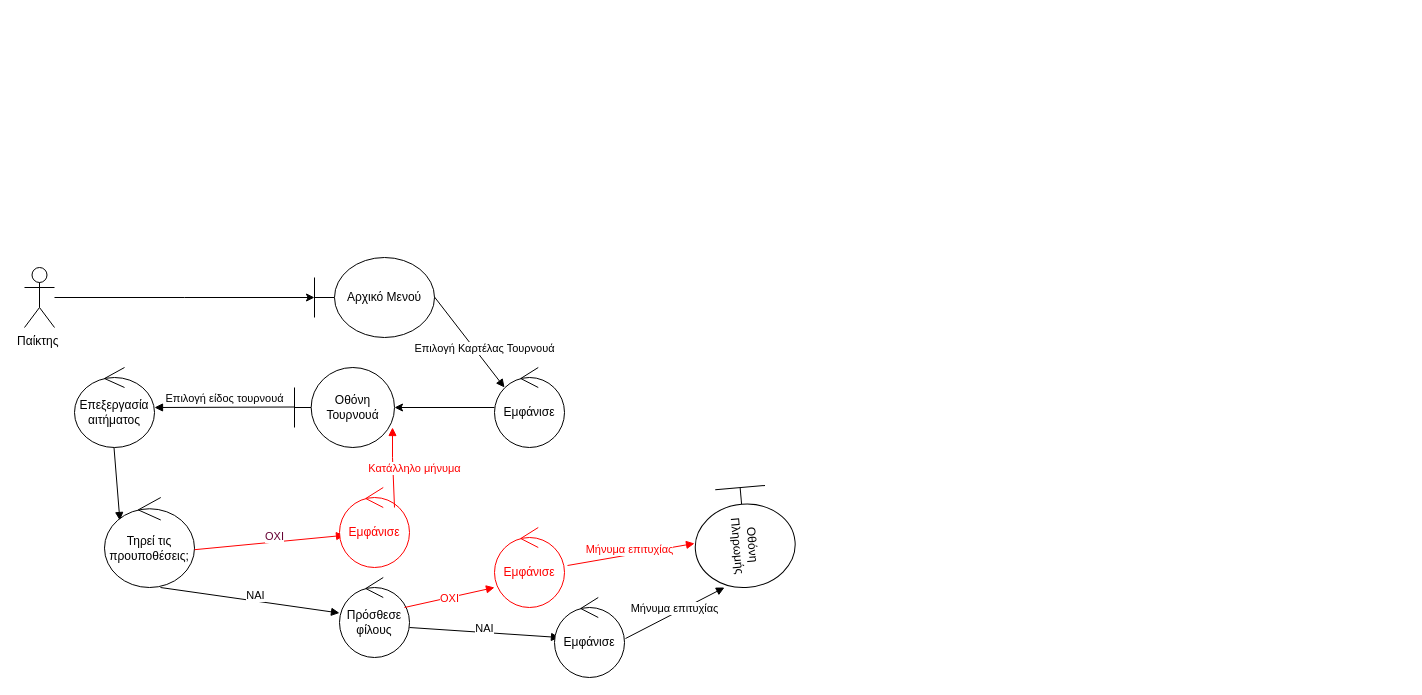
Above: spetz/paradoteo4/tournament.drawio in Pspetz/Organthlon (draw.io), before the change. Source tidied: cells renumbered, new cells numbered last; positions are measured from the earlier drawing's top-left corner, leaving out a move shared by most shapes. Both pictures are drawn from the tidied source at 100%, with x=0, y=0 at pixel (24, 257).
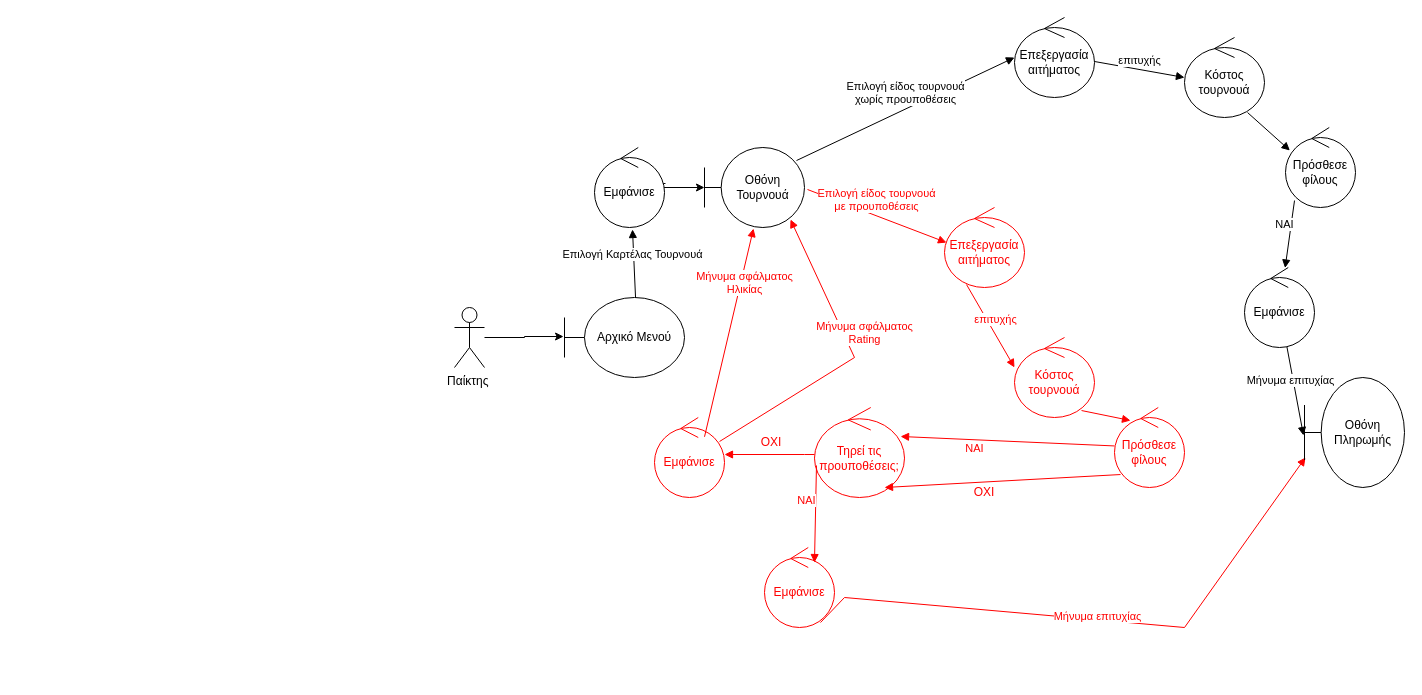
After the change.

The edit, as a diff of the source:
```diff
@@
-    <mxCell id="2" style="edgeStyle=orthogonalEdgeStyle;rounded=0;jettySize=auto;html=1;" parent="1" edge="1" source="3">
-      <mxGeometry relative="1" as="geometry">
-        <mxPoint x="290" y="40" as="targetPoint" />
-      </mxGeometry>
+    <mxCell id="2" style="edgeStyle=orthogonalEdgeStyle;rounded=0;jettySize=auto;html=1;entryX=-0.008;entryY=0.488;entryDx=0;entryDy=0;entryPerimeter=0;" parent="1" edge="1" source="3" target="4">
+      <mxGeometry relative="1" as="geometry" />
     </mxCell>
     <mxCell id="3" value="Παίκτης&amp;nbsp;&lt;br&gt;" style="shape=umlActor;verticalLabelPosition=bottom;verticalAlign=top;html=1;" parent="1" vertex="1">
-      <mxGeometry y="10" width="30" height="60" as="geometry" />
+      <mxGeometry x="430" y="50" width="30" height="60" as="geometry" />
     </mxCell>
     <mxCell id="4" value="Αρχικό Μενού" style="shape=umlBoundary;whiteSpace=wrap;html=1;" parent="1" vertex="1">
-      <mxGeometry x="290" width="120" height="80" as="geometry" />
+      <mxGeometry x="540" y="40" width="120" height="80" as="geometry" />
     </mxCell>
-    <mxCell id="5" value="Επιλογή Καρτέλας Τουρνουά&lt;br&gt;" style="html=1;verticalAlign=bottom;endArrow=block;rounded=0;" parent="1" edge="1">
-      <mxGeometry x="0.37" y="3" relative="1" as="geometry">
-        <mxPoint x="410" y="39.5" as="sourcePoint" />
-        <mxPoint x="480" y="130" as="targetPoint" />
-        <mxPoint y="1" as="offset" />
-      </mxGeometry>
+    <mxCell id="5" value="Επιλογή Καρτέλας Τουρνουά&lt;br&gt;" style="html=1;verticalAlign=bottom;endArrow=block;rounded=0;exitX=0.592;exitY=0;exitDx=0;exitDy=0;exitPerimeter=0;entryX=0.543;entryY=1.025;entryDx=0;entryDy=0;entryPerimeter=0;" parent="1" edge="1" source="4" target="7">
+      <mxGeometry x="-0.01" y="2" relative="1" as="geometry" />
     </mxCell>
-    <mxCell id="6" style="edgeStyle=orthogonalEdgeStyle;rounded=0;jettySize=auto;html=1;" parent="1" edge="1" source="7">
+    <mxCell id="6" style="edgeStyle=orthogonalEdgeStyle;rounded=0;jettySize=auto;html=1;exitX=1.014;exitY=0.45;exitDx=0;exitDy=0;exitPerimeter=0;" parent="1" edge="1" source="7">
       <mxGeometry relative="1" as="geometry">
-        <mxPoint x="370" y="150" as="targetPoint" />
+        <mxPoint x="680" y="-70" as="targetPoint" />
+        <Array as="points">
+          <mxPoint x="571" y="-70" />
+        </Array>
       </mxGeometry>
     </mxCell>
     <mxCell id="7" value="Εμφάνισε" style="ellipse;shape=umlControl;whiteSpace=wrap;html=1;" parent="1" vertex="1">
-      <mxGeometry x="470" y="110" width="70" height="80" as="geometry" />
+      <mxGeometry x="570" y="-110" width="70" height="80" as="geometry" />
     </mxCell>
     <mxCell id="8" value="Οθόνη Τουρνουά" style="shape=umlBoundary;whiteSpace=wrap;html=1;" parent="1" vertex="1">
-      <mxGeometry x="270" y="110" width="100" height="80" as="geometry" />
+      <mxGeometry x="680" y="-110" width="100" height="80" as="geometry" />
     </mxCell>
-    <mxCell id="9" value="Επιλογή είδος τουρνουά&lt;br&gt;" style="html=1;verticalAlign=bottom;endArrow=block;rounded=0;" parent="1" edge="1">
+    <mxCell id="9" value="Επιλογή είδος τουρνουά&lt;br&gt;χωρίς προυποθέσεις" style="html=1;verticalAlign=bottom;endArrow=block;rounded=0;exitX=0.92;exitY=0.163;exitDx=0;exitDy=0;exitPerimeter=0;" parent="1" edge="1" source="8">
       <mxGeometry relative="1" as="geometry">
-        <mxPoint x="270" y="149.5" as="sourcePoint" />
-        <mxPoint x="130" y="150" as="targetPoint" />
+        <mxPoint x="990" y="-200" as="targetPoint" />
       </mxGeometry>
     </mxCell>
     <mxCell id="10" value="Επεξεργασία αιτήματος&lt;br&gt;" style="ellipse;shape=umlControl;whiteSpace=wrap;html=1;" parent="1" vertex="1">
-      <mxGeometry x="50" y="110" width="80" height="80" as="geometry" />
+      <mxGeometry x="990" y="-240" width="80" height="80" as="geometry" />
     </mxCell>
-    <mxCell id="11" style="html=1;verticalAlign=bottom;endArrow=block;rounded=0;entryX=0.171;entryY=0.256;entryDx=0;entryDy=0;entryPerimeter=0;" parent="1" edge="1" target="12">
+    <mxCell id="11" style="html=1;verticalAlign=bottom;endArrow=block;rounded=0;entryX=0.171;entryY=0.256;entryDx=0;entryDy=0;entryPerimeter=0;exitX=0.788;exitY=0.938;exitDx=0;exitDy=0;exitPerimeter=0;" parent="1" edge="1" source="26">
       <mxGeometry x="-0.14" y="-19" relative="1" as="geometry">
-        <mxPoint x="89.5" y="190" as="sourcePoint" />
+        <mxPoint x="1265.4" y="-107" as="targetPoint" />
       </mxGeometry>
     </mxCell>
-    <mxCell id="12" value="Τηρεί τις προυποθέσεις;&lt;br&gt;" style="ellipse;shape=umlControl;whiteSpace=wrap;html=1;rotation=0;" parent="1" vertex="1">
-      <mxGeometry x="80" y="240" width="90" height="90" as="geometry" />
-    </mxCell>
-    <mxCell id="13" value="ΟΧΙ" style="html=1;verticalAlign=bottom;endArrow=block;rounded=0;strokeColor=#FF0000;fontColor=#660033;" parent="1" edge="1">
-      <mxGeometry x="0.06" y="-3" relative="1" as="geometry">
-        <mxPoint x="170" y="292.2" as="sourcePoint" />
-        <mxPoint x="320" y="277.8" as="targetPoint" />
-      </mxGeometry>
-    </mxCell>
-    <mxCell id="14" value="ΝΑΙ" style="html=1;verticalAlign=bottom;endArrow=block;rounded=0;exitX=0.622;exitY=1;exitDx=0;exitDy=0;exitPerimeter=0;" parent="1" edge="1" source="12">
-      <mxGeometry x="0.06" y="-3" relative="1" as="geometry">
-        <mxPoint x="315" y="355.5" as="targetPoint" />
-      </mxGeometry>
-    </mxCell>
-    <mxCell id="15" value="Εμφάνισε" style="ellipse;shape=umlControl;whiteSpace=wrap;html=1;fontColor=#FF0000;strokeColor=#FF0000;" parent="1" vertex="1">
-      <mxGeometry x="315" y="230" width="70" height="80" as="geometry" />
-    </mxCell>
-    <mxCell id="16" value="Κατάλληλο μήνυμα" style="html=1;verticalAlign=bottom;endArrow=block;rounded=0;entryX=0.98;entryY=0.75;entryDx=0;entryDy=0;entryPerimeter=0;strokeColor=#FF0000;fontColor=#FF0000;" parent="1" edge="1" target="8">
-      <mxGeometry x="-0.27" y="-21" relative="1" as="geometry">
-        <mxPoint x="370" y="250" as="sourcePoint" />
-        <Array as="points">
-          <mxPoint x="368" y="200" />
-        </Array>
-      </mxGeometry>
-    </mxCell>
     <mxCell id="17" value="Πρόσθεσε φίλους&lt;br&gt;" style="ellipse;shape=umlControl;whiteSpace=wrap;html=1;" parent="1" vertex="1">
-      <mxGeometry x="315" y="320" width="70" height="80" as="geometry" />
+      <mxGeometry x="1261" y="-130" width="70" height="80" as="geometry" />
     </mxCell>
-    <mxCell id="18" value="ΟΧΙ" style="html=1;verticalAlign=bottom;endArrow=block;rounded=0;fontColor=#FF0000;strokeColor=#FF0000;" parent="1" edge="1">
-      <mxGeometry x="-0.04" y="-10" relative="1" as="geometry">
-        <mxPoint x="380" y="350" as="sourcePoint" />
-        <mxPoint x="470" y="330" as="targetPoint" />
-      </mxGeometry>
+    <mxCell id="18" style="html=1;verticalAlign=bottom;endArrow=block;rounded=0;fontColor=#FF0000;strokeColor=#FF0000;entryX=0.956;entryY=0.322;entryDx=0;entryDy=0;entryPerimeter=0;" parent="1" edge="1" source="31" target="12">
+      <mxGeometry x="-0.12" y="-30" relative="1" as="geometry" />
     </mxCell>
-    <mxCell id="19" value="ΝΑΙ" style="html=1;verticalAlign=bottom;endArrow=block;rounded=0;" parent="1" edge="1">
-      <mxGeometry y="-5" relative="1" as="geometry">
-        <mxPoint x="385" y="370" as="sourcePoint" />
-        <mxPoint x="535" y="380" as="targetPoint" />
-      </mxGeometry>
+    <mxCell id="19" value="ΝΑΙ" style="html=1;verticalAlign=bottom;endArrow=block;rounded=0;exitX=0.129;exitY=0.913;exitDx=0;exitDy=0;exitPerimeter=0;" parent="1" edge="1" source="17" target="20">
+      <mxGeometry y="-5" relative="1" as="geometry" />
     </mxCell>
     <mxCell id="20" value="Εμφάνισε" style="ellipse;shape=umlControl;whiteSpace=wrap;html=1;" parent="1" vertex="1">
-      <mxGeometry x="530" y="340" width="70" height="80" as="geometry" />
+      <mxGeometry x="1220" y="10" width="70" height="80" as="geometry" />
     </mxCell>
-    <mxCell id="21" value="Μήνυμα επιτυχίας" style="html=1;verticalAlign=bottom;endArrow=block;rounded=0;exitX=1.014;exitY=0.513;exitDx=0;exitDy=0;exitPerimeter=0;" parent="1" edge="1" source="20">
-      <mxGeometry x="-0.04" y="-4" relative="1" as="geometry">
-        <mxPoint x="700" y="330" as="targetPoint" />
-      </mxGeometry>
+    <mxCell id="21" value="Μήνυμα επιτυχίας" style="html=1;verticalAlign=bottom;endArrow=block;rounded=0;entryX=-0.01;entryY=0.527;entryDx=0;entryDy=0;entryPerimeter=0;" parent="1" edge="1" source="20" target="22">
+      <mxGeometry x="-0.04" y="-4" relative="1" as="geometry" />
     </mxCell>
-    <mxCell id="22" value="Οθόνη Πληρωμής" style="shape=umlBoundary;whiteSpace=wrap;html=1;rotation=85;" parent="1" vertex="1">
-      <mxGeometry x="670" y="230" width="100" height="100" as="geometry" />
-    </mxCell>
     <mxCell id="23" value="Εμφάνισε" style="ellipse;shape=umlControl;whiteSpace=wrap;html=1;strokeColor=#FF0000;fontColor=#FF0000;" parent="1" vertex="1">
-      <mxGeometry x="470" y="270" width="70" height="80" as="geometry" />
+      <mxGeometry x="740" y="290" width="70" height="80" as="geometry" />
     </mxCell>
-    <mxCell id="24" value="Μήνυμα επιτυχίας" style="html=1;verticalAlign=bottom;endArrow=block;rounded=0;exitX=1.043;exitY=0.475;exitDx=0;exitDy=0;exitPerimeter=0;entryX=0.516;entryY=1.003;entryDx=0;entryDy=0;entryPerimeter=0;fontColor=#FF0000;strokeColor=#FF0000;" parent="1" edge="1" source="23" target="22">
-      <mxGeometry x="-0.04" y="-4" relative="1" as="geometry" />
+    <mxCell id="24" value="Μήνυμα επιτυχίας" style="html=1;verticalAlign=bottom;endArrow=block;rounded=0;fontColor=#FF0000;strokeColor=#FF0000;exitX=0.8;exitY=0.938;exitDx=0;exitDy=0;exitPerimeter=0;entryX=0.01;entryY=0.727;entryDx=0;entryDy=0;entryPerimeter=0;" parent="1" edge="1" source="23" target="22">
+      <mxGeometry x="-0.01" y="-6" relative="1" as="geometry">
+        <Array as="points">
+          <mxPoint x="820" y="340" />
+          <mxPoint x="1160" y="370" />
+        </Array>
+      </mxGeometry>
     </mxCell>
+    <mxCell id="25" value="επιτυχής" style="html=1;verticalAlign=bottom;endArrow=block;rounded=0;exitX=1;exitY=0.55;exitDx=0;exitDy=0;exitPerimeter=0;" parent="1" edge="1" source="10">
+      <mxGeometry relative="1" as="geometry">
+        <mxPoint x="1160" y="-180" as="targetPoint" />
+      </mxGeometry>
+    </mxCell>
+    <mxCell id="26" value="Κόστος τουρνουά" style="ellipse;shape=umlControl;whiteSpace=wrap;html=1;" parent="1" vertex="1">
+      <mxGeometry x="1160" y="-220" width="80" height="80" as="geometry" />
+    </mxCell>
+    <mxCell id="27" value="Επιλογή είδος τουρνουά&lt;br&gt;με προυποθέσεις" style="html=1;verticalAlign=bottom;endArrow=block;rounded=0;strokeColor=#FF0000;fontColor=#FF0000;exitX=1.03;exitY=0.525;exitDx=0;exitDy=0;exitPerimeter=0;entryX=0.025;entryY=0.438;entryDx=0;entryDy=0;entryPerimeter=0;" parent="1" edge="1" source="8" target="28">
+      <mxGeometry relative="1" as="geometry" />
+    </mxCell>
+    <mxCell id="28" value="Επεξεργασία αιτήματος&lt;br&gt;" style="ellipse;shape=umlControl;whiteSpace=wrap;html=1;fontColor=#FF0000;strokeColor=#FF0000;" parent="1" vertex="1">
+      <mxGeometry x="920" y="-50" width="80" height="80" as="geometry" />
+    </mxCell>
+    <mxCell id="22" value="Οθόνη Πληρωμής" style="shape=umlBoundary;whiteSpace=wrap;html=1;rotation=0;" parent="1" vertex="1">
+      <mxGeometry x="1280" y="120" width="100" height="110" as="geometry" />
+    </mxCell>
+    <mxCell id="29" value="επιτυχής" style="html=1;verticalAlign=bottom;endArrow=block;rounded=0;exitX=0.275;exitY=0.963;exitDx=0;exitDy=0;exitPerimeter=0;strokeColor=#FF0000;fontColor=#FF0000;" parent="1" edge="1" source="28">
+      <mxGeometry x="0.1" y="3" relative="1" as="geometry">
+        <mxPoint x="990" y="110" as="targetPoint" />
+      </mxGeometry>
+    </mxCell>
+    <mxCell id="30" value="Κόστος τουρνουά" style="ellipse;shape=umlControl;whiteSpace=wrap;html=1;fontColor=#FF0000;strokeColor=#FF0000;" parent="1" vertex="1">
+      <mxGeometry x="990" y="80" width="80" height="80" as="geometry" />
+    </mxCell>
+    <mxCell id="31" value="Πρόσθεσε φίλους&lt;br&gt;" style="ellipse;shape=umlControl;whiteSpace=wrap;html=1;strokeColor=#FF0000;fontColor=#FF0000;" parent="1" vertex="1">
+      <mxGeometry x="1090" y="150" width="70" height="80" as="geometry" />
+    </mxCell>
+    <mxCell id="32" value="ΝΑΙ" style="html=1;verticalAlign=bottom;endArrow=block;rounded=0;exitX=0.838;exitY=0.913;exitDx=0;exitDy=0;exitPerimeter=0;entryX=0.229;entryY=0.163;entryDx=0;entryDy=0;entryPerimeter=0;strokeColor=#FF0000;fontColor=#FF0000;" parent="1" edge="1" source="30" target="31">
+      <mxGeometry x="-1" y="-117" relative="1" as="geometry">
+        <mxPoint x="-84" y="-68" as="offset" />
+      </mxGeometry>
+    </mxCell>
+    <mxCell id="12" value="Τηρεί τις προυποθέσεις;&lt;br&gt;" style="ellipse;shape=umlControl;whiteSpace=wrap;html=1;rotation=0;fontColor=#FF0000;strokeColor=#FF0000;" parent="1" vertex="1">
+      <mxGeometry x="790" y="150" width="90" height="90" as="geometry" />
+    </mxCell>
+    <mxCell id="33" value="ΝΑΙ" style="html=1;verticalAlign=bottom;endArrow=block;rounded=0;exitX=0.022;exitY=0.644;exitDx=0;exitDy=0;exitPerimeter=0;strokeColor=#FF0000;fontColor=#FF0000;entryX=0.714;entryY=0.188;entryDx=0;entryDy=0;entryPerimeter=0;" parent="1" edge="1" source="12" target="23">
+      <mxGeometry x="-0.1" y="-9" relative="1" as="geometry" />
+    </mxCell>
+    <mxCell id="34" style="html=1;verticalAlign=bottom;endArrow=block;rounded=0;fontColor=#FF0000;strokeColor=#FF0000;exitX=0.086;exitY=0.838;exitDx=0;exitDy=0;exitPerimeter=0;" parent="1" edge="1" source="31">
+      <mxGeometry x="-0.12" y="-30" relative="1" as="geometry">
+        <mxPoint x="860" y="230" as="targetPoint" />
+        <Array as="points">
+          <mxPoint x="860" y="230" />
+        </Array>
+      </mxGeometry>
+    </mxCell>
+    <mxCell id="35" style="html=1;verticalAlign=bottom;endArrow=block;rounded=0;fontColor=#FF0000;strokeColor=#FF0000;exitX=0.086;exitY=0.838;exitDx=0;exitDy=0;exitPerimeter=0;" parent="1" edge="1">
+      <mxGeometry x="-0.12" y="-30" relative="1" as="geometry">
+        <mxPoint x="790" y="197" as="sourcePoint" />
+        <mxPoint x="700" y="197" as="targetPoint" />
+        <Array as="points">
+          <mxPoint x="780" y="197" />
+        </Array>
+      </mxGeometry>
+    </mxCell>
+    <mxCell id="15" value="Εμφάνισε" style="ellipse;shape=umlControl;whiteSpace=wrap;html=1;strokeColor=#FF0000;fontColor=#FF0000;" parent="1" vertex="1">
+      <mxGeometry x="630" y="160" width="70" height="80" as="geometry" />
+    </mxCell>
+    <mxCell id="36" value="Μήνυμα σφάλματος&lt;br&gt;Ηλικίας" style="html=1;verticalAlign=bottom;endArrow=block;rounded=0;strokeColor=#FF0000;fontColor=#FF0000;entryX=0.49;entryY=1.013;entryDx=0;entryDy=0;entryPerimeter=0;" parent="1" edge="1" target="8">
+      <mxGeometry x="0.35" y="-7" relative="1" as="geometry">
+        <mxPoint x="680" y="179.3" as="sourcePoint" />
+      </mxGeometry>
+    </mxCell>
+    <mxCell id="37" value="ΟΧΙ" style="text;html=1;strokeColor=none;fillColor=none;align=center;verticalAlign=middle;whiteSpace=wrap;rounded=0;fontColor=#FF0000;" parent="1" vertex="1">
+      <mxGeometry x="930" y="220" width="60" height="30" as="geometry" />
+    </mxCell>
+    <mxCell id="38" value="ΟΧΙ" style="text;html=1;strokeColor=none;fillColor=none;align=center;verticalAlign=middle;whiteSpace=wrap;rounded=0;fontColor=#FF0000;" parent="1" vertex="1">
+      <mxGeometry x="717" y="170" width="60" height="30" as="geometry" />
+    </mxCell>
+    <mxCell id="39" value="Μήνυμα σφάλματος&lt;br&gt;Rating" style="html=1;verticalAlign=bottom;endArrow=block;rounded=0;strokeColor=#FF0000;fontColor=#FF0000;entryX=0.86;entryY=0.9;entryDx=0;entryDy=0;entryPerimeter=0;exitX=0.929;exitY=0.3;exitDx=0;exitDy=0;exitPerimeter=0;" parent="1" edge="1" source="15" target="8">
+      <mxGeometry x="0.05" y="-13" relative="1" as="geometry">
+        <Array as="points">
+          <mxPoint x="830" y="100" />
+        </Array>
+      </mxGeometry>
+    </mxCell>
```
